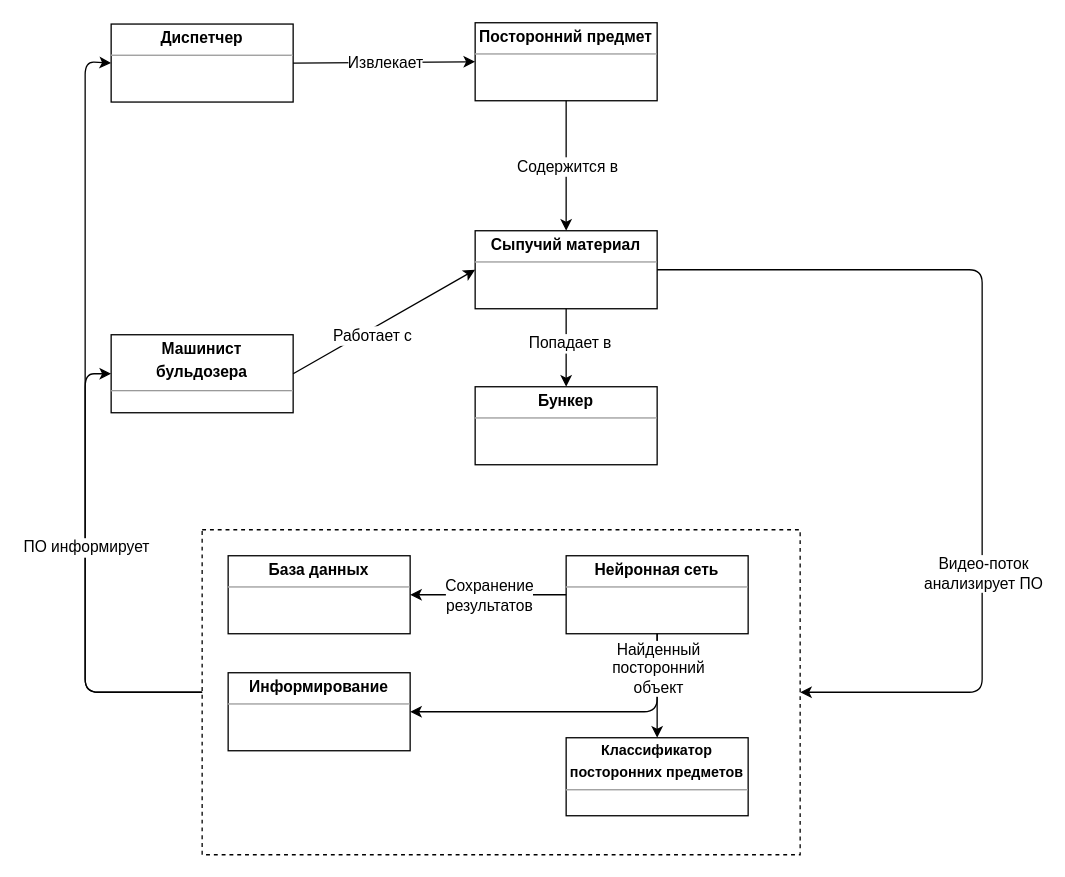
toshabelof/dissertation keeps this draw.io diagram as DOC/DiagramClassContext.drawio. Above is the earlier version. Source tidied: cells renumbered, new cells numbered last; positions are measured from the earlier drawing's top-left corner, leaving out a move shared by most shapes. Both pictures are drawn from the tidied source at 130%, with x=0, y=0 at pixel (84, 22).
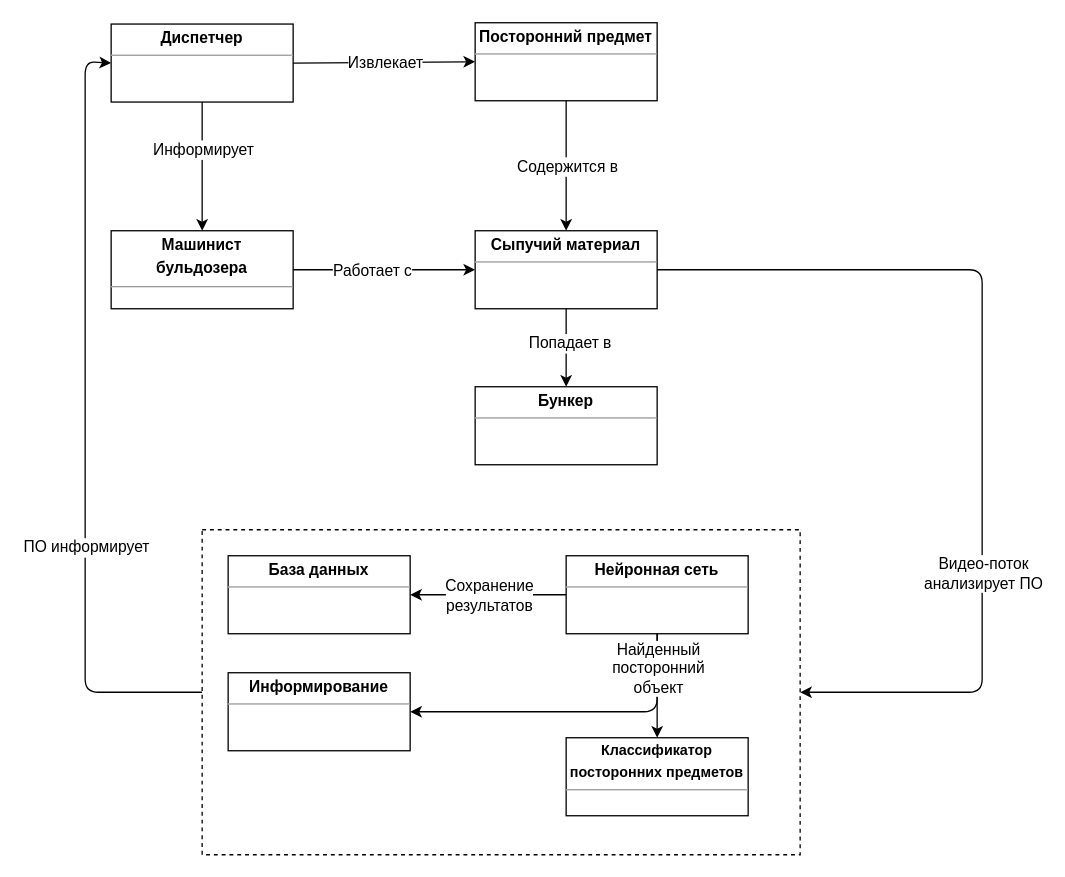
After the change.

Unchanged cells that the change refers to:
```xml
<mxCell id="2" value="&lt;p style=&quot;margin: 0px ; margin-top: 4px ; text-align: center&quot;&gt;&lt;b&gt;Диспетчер&lt;/b&gt;&lt;/p&gt;&lt;hr size=&quot;1&quot;&gt;&lt;div style=&quot;height: 2px&quot;&gt;&lt;/div&gt;" style="verticalAlign=top;align=left;overflow=fill;fontSize=12;fontFamily=Helvetica;html=1;" parent="1" vertex="1">
  <mxGeometry x="20" y="1" width="140" height="60" as="geometry" />
</mxCell>
<mxCell id="15" style="rounded=0;whiteSpace=wrap;html=1;dashed=1;" parent="1" vertex="1">
  <mxGeometry x="90" y="390" width="460" height="250" as="geometry" />
</mxCell>
```

Diff of the diagram source:
```diff
@@
+    <mxCell id="30" style="edgeStyle=orthogonalEdgeStyle;rounded=0;jettySize=auto;html=1;entryX=0.5;entryY=0;entryDx=0;entryDy=0;" parent="1" edge="1" source="2" target="3">
+      <mxGeometry relative="1" as="geometry" />
+    </mxCell>
+    <mxCell id="31" value="Информирует" style="text;html=1;align=center;verticalAlign=middle;labelBackgroundColor=#ffffff;" parent="30" vertex="1">
+      <mxGeometry x="-0.27" relative="1" as="geometry" />
+    </mxCell>
@@
     <mxCell id="3" value="&lt;p style=&quot;margin: 0px ; margin-top: 4px ; text-align: center&quot;&gt;&lt;b&gt;Машинист&lt;/b&gt;&lt;/p&gt;&lt;p style=&quot;margin: 0px ; margin-top: 4px ; text-align: center&quot;&gt;&lt;b&gt;бульдозера&lt;/b&gt;&lt;/p&gt;&lt;hr size=&quot;1&quot;&gt;&lt;div style=&quot;height: 2px&quot;&gt;&lt;/div&gt;" style="verticalAlign=top;align=left;overflow=fill;fontSize=12;fontFamily=Helvetica;html=1;" parent="1" vertex="1">
-      <mxGeometry x="20" y="240" width="140" height="60" as="geometry" />
+      <mxGeometry x="20" y="160" width="140" height="60" as="geometry" />
     </mxCell>
@@
-    <mxCell id="25" style="endArrow=classic;html=1;exitX=0;exitY=0.5;exitDx=0;exitDy=0;entryX=0;entryY=0.5;entryDx=0;entryDy=0;" parent="1" edge="1" source="15" target="3">
-      <mxGeometry relative="1" as="geometry">
-        <Array as="points">
-          <mxPoint y="515" />
-          <mxPoint y="270" />
-        </Array>
-      </mxGeometry>
-    </mxCell>
```
